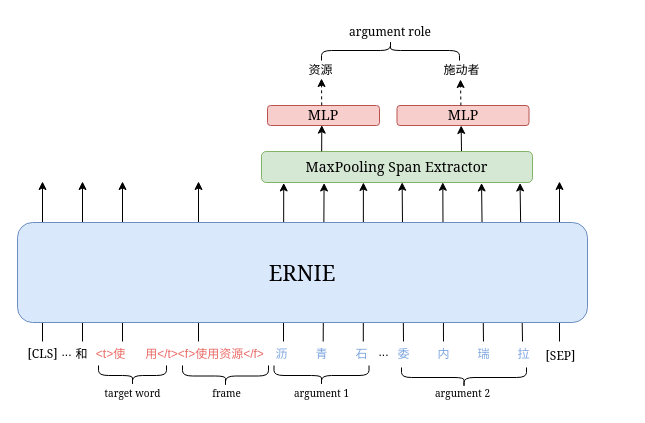
Earlier version of the draw.io diagram 子任务3.drawio (cocoWang0518/12345). Source tidied: cells renumbered, new cells numbered last; positions are measured from the earlier drawing's top-left corner, leaving out a move shared by most shapes. Both pictures are drawn from the tidied source at 100%, with x=0, y=0 at pixel (17, 17).
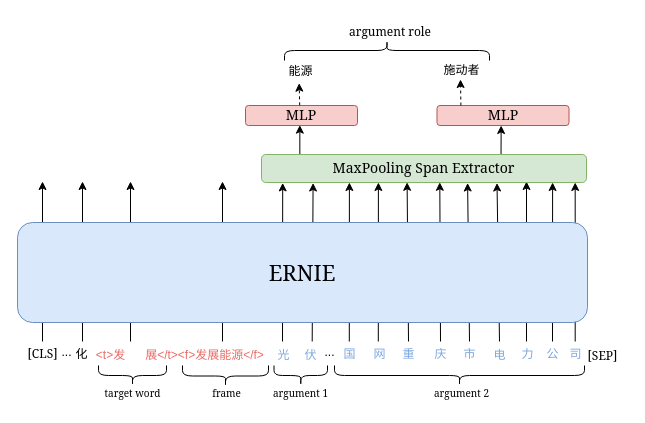
Above is the later version.

Commit message:
更新子任务3.drawio

What changed in the source:
```diff
@@
-    <mxCell id="2" style="endArrow=classic;html=1;rounded=0;entryX=0.519;entryY=0.993;entryDx=0;entryDy=0;entryPerimeter=0;" parent="1" edge="1" target="38">
+    <mxCell id="2" style="endArrow=classic;html=1;rounded=0;entryX=0.519;entryY=0.993;entryDx=0;entryDy=0;entryPerimeter=0;" parent="1" edge="1">
       <mxGeometry relative="1" as="geometry">
-        <mxPoint x="386" y="324" as="sourcePoint" />
+        <mxPoint x="391" y="324" as="sourcePoint" />
+        <mxPoint x="389.6" y="164.8" as="targetPoint" />
       </mxGeometry>
     </mxCell>
-    <mxCell id="3" style="endArrow=classic;html=1;rounded=0;entryX=0.376;entryY=1;entryDx=0;entryDy=0;entryPerimeter=0;" parent="1" edge="1" target="38">
+    <mxCell id="3" style="endArrow=classic;html=1;rounded=0;entryX=0.376;entryY=1;entryDx=0;entryDy=0;entryPerimeter=0;" parent="1" edge="1">
       <mxGeometry relative="1" as="geometry">
-        <mxPoint x="345.8" y="324" as="sourcePoint" />
+        <mxPoint x="331.8" y="324" as="sourcePoint" />
+        <mxPoint x="331.9" y="165" as="targetPoint" />
       </mxGeometry>
     </mxCell>
-    <mxCell id="4" style="endArrow=classic;html=1;rounded=0;entryX=0.082;entryY=1.014;entryDx=0;entryDy=0;entryPerimeter=0;" parent="1" edge="1" target="38">
+    <mxCell id="4" style="endArrow=classic;html=1;rounded=0;entryX=0.082;entryY=1.014;entryDx=0;entryDy=0;entryPerimeter=0;" parent="1" edge="1">
       <mxGeometry relative="1" as="geometry">
-        <mxPoint x="266" y="324" as="sourcePoint" />
+        <mxPoint x="265" y="324" as="sourcePoint" />
+        <mxPoint x="265.2" y="165.4" as="targetPoint" />
       </mxGeometry>
     </mxCell>
-    <mxCell id="5" style="endArrow=classic;html=1;rounded=0;entryX=0.231;entryY=1.016;entryDx=0;entryDy=0;entryPerimeter=0;" parent="1" edge="1" target="38">
+    <mxCell id="5" style="endArrow=classic;html=1;rounded=0;entryX=0.231;entryY=1.016;entryDx=0;entryDy=0;entryPerimeter=0;" parent="1" edge="1">
       <mxGeometry relative="1" as="geometry">
-        <mxPoint x="305.7" y="324" as="sourcePoint" />
+        <mxPoint x="294.7" y="324" as="sourcePoint" />
+        <mxPoint x="295.6" y="165.5" as="targetPoint" />
       </mxGeometry>
     </mxCell>
-    <mxCell id="6" style="endArrow=classic;html=1;rounded=0;entryX=0.669;entryY=0.993;entryDx=0;entryDy=0;entryPerimeter=0;" parent="1" edge="1" target="38">
+    <mxCell id="6" style="endArrow=classic;html=1;rounded=0;entryX=0.669;entryY=0.993;entryDx=0;entryDy=0;entryPerimeter=0;" parent="1" edge="1">
       <mxGeometry relative="1" as="geometry">
-        <mxPoint x="426" y="324" as="sourcePoint" />
+        <mxPoint x="423" y="324" as="sourcePoint" />
+        <mxPoint x="422.3" y="164.8" as="targetPoint" />
       </mxGeometry>
     </mxCell>
@@
-    <mxCell id="8" value="&lt;font color=&quot;#ea6b66&quot; face=&quot;宋体-简&quot;&gt;&amp;lt;t&amp;gt;使&lt;/font&gt;" style="text;html=1;align=center;verticalAlign=middle;strokeColor=none;fillColor=none;" parent="1" vertex="1">
-      <mxGeometry x="63" y="322" width="60" height="30" as="geometry" />
+    <mxCell id="8" value="&lt;font color=&quot;#ea6b66&quot; face=&quot;宋体-简&quot;&gt;&amp;lt;t&amp;gt;发&lt;/font&gt;" style="text;html=1;align=center;verticalAlign=middle;strokeColor=none;fillColor=none;" parent="1" vertex="1">
+      <mxGeometry x="67" y="324" width="52" height="27" as="geometry" />
     </mxCell>
-    <mxCell id="9" value="&lt;font color=&quot;#ea6b66&quot; face=&quot;宋体-简&quot;&gt;用&amp;lt;/t&amp;gt;&amp;lt;f&amp;gt;&lt;/font&gt;&lt;font face=&quot;楷体-简&quot; color=&quot;#ea6b66&quot;&gt;使用资源&lt;/font&gt;&lt;font color=&quot;#ea6b66&quot; face=&quot;宋体-简&quot;&gt;&amp;lt;/f&amp;gt;&lt;/font&gt;" style="text;html=1;align=center;verticalAlign=middle;strokeColor=none;fillColor=none;" parent="1" vertex="1">
-      <mxGeometry x="112" y="324" width="150" height="26" as="geometry" />
+    <mxCell id="9" value="&lt;font color=&quot;#ea6b66&quot; face=&quot;宋体-简&quot;&gt;展&amp;lt;/t&amp;gt;&amp;lt;f&amp;gt;发展能&lt;/font&gt;&lt;font face=&quot;楷体-简&quot; color=&quot;#ea6b66&quot;&gt;源&lt;/font&gt;&lt;font color=&quot;#ea6b66&quot; face=&quot;宋体-简&quot;&gt;&amp;lt;/f&amp;gt;&lt;/font&gt;" style="text;html=1;align=center;verticalAlign=middle;strokeColor=none;fillColor=none;" parent="1" vertex="1">
+      <mxGeometry x="110" y="324" width="154" height="27" as="geometry" />
     </mxCell>
@@
-    <mxCell id="11" value="&lt;font color=&quot;#7ea6e0&quot;&gt;沥&lt;/font&gt;" style="text;html=1;align=center;verticalAlign=middle;strokeColor=none;fillColor=none;fontFamily=宋体-简;" parent="1" vertex="1">
-      <mxGeometry x="249" y="324" width="30" height="26" as="geometry" />
+    <mxCell id="11" value="&lt;font color=&quot;#7ea6e0&quot;&gt;光&lt;/font&gt;" style="text;html=1;align=center;verticalAlign=middle;strokeColor=none;fillColor=none;fontFamily=宋体-简;" parent="1" vertex="1">
+      <mxGeometry x="251" y="325" width="30" height="26" as="geometry" />
     </mxCell>
-    <mxCell id="12" value="&lt;font color=&quot;#7ea6e0&quot;&gt;青&lt;/font&gt;" style="text;html=1;align=center;verticalAlign=middle;strokeColor=none;fillColor=none;fontFamily=宋体-简;" parent="1" vertex="1">
-      <mxGeometry x="289" y="324" width="30" height="26" as="geometry" />
+    <mxCell id="12" value="&lt;font color=&quot;#7ea6e0&quot;&gt;伏&lt;/font&gt;" style="text;html=1;align=center;verticalAlign=middle;strokeColor=none;fillColor=none;fontFamily=宋体-简;" parent="1" vertex="1">
+      <mxGeometry x="278" y="325" width="30" height="26" as="geometry" />
     </mxCell>
-    <mxCell id="13" value="&lt;font color=&quot;#7ea6e0&quot;&gt;石&lt;/font&gt;" style="text;html=1;align=center;verticalAlign=middle;strokeColor=none;fillColor=none;fontFamily=宋体-简;" parent="1" vertex="1">
-      <mxGeometry x="329" y="324" width="30" height="26" as="geometry" />
-    </mxCell>
     <mxCell id="14" style="endArrow=classic;html=1;rounded=0;" parent="1" edge="1">
       <mxGeometry relative="1" as="geometry">
-        <mxPoint x="181" y="324" as="sourcePoint" />
-        <mxPoint x="181" y="164" as="targetPoint" />
+        <mxPoint x="205" y="324" as="sourcePoint" />
+        <mxPoint x="205" y="164" as="targetPoint" />
       </mxGeometry>
     </mxCell>
-    <mxCell id="15" value="和" style="text;html=1;align=center;verticalAlign=middle;strokeColor=none;fillColor=none;fontFamily=宋体-简;" parent="1" vertex="1">
-      <mxGeometry x="44" y="322" width="40" height="30" as="geometry" />
+    <mxCell id="15" value="化" style="text;html=1;align=center;verticalAlign=middle;strokeColor=none;fillColor=none;fontFamily=宋体-简;" parent="1" vertex="1">
+      <mxGeometry x="49" y="324" width="30" height="26" as="geometry" />
     </mxCell>
-    <mxCell id="16" style="endArrow=classic;html=1;rounded=0;entryX=0.812;entryY=1.016;entryDx=0;entryDy=0;entryPerimeter=0;" parent="1" edge="1" target="38">
+    <mxCell id="16" style="endArrow=classic;html=1;rounded=0;entryX=0.812;entryY=1.016;entryDx=0;entryDy=0;entryPerimeter=0;" parent="1" edge="1">
       <mxGeometry relative="1" as="geometry">
-        <mxPoint x="466" y="324" as="sourcePoint" />
+        <mxPoint x="452" y="324" as="sourcePoint" />
+        <mxPoint x="450.1" y="165.5" as="targetPoint" />
       </mxGeometry>
     </mxCell>
     <mxCell id="17" style="endArrow=classic;html=1;rounded=0;" parent="1" edge="1">
       <mxGeometry relative="1" as="geometry">
-        <mxPoint x="105" y="324" as="sourcePoint" />
-        <mxPoint x="105" y="164" as="targetPoint" />
+        <mxPoint x="113" y="324" as="sourcePoint" />
+        <mxPoint x="113" y="164" as="targetPoint" />
       </mxGeometry>
     </mxCell>
     <mxCell id="18" value="&lt;font face=&quot;Georgia&quot;&gt;[SEP]&lt;/font&gt;" style="text;html=1;align=center;verticalAlign=middle;strokeColor=none;fillColor=none;" parent="1" vertex="1">
-      <mxGeometry x="518" y="324" width="50" height="30" as="geometry" />
+      <mxGeometry x="560" y="324" width="50" height="30" as="geometry" />
     </mxCell>
     <mxCell id="19" value="..." style="text;html=1;align=center;verticalAlign=middle;strokeColor=none;fillColor=none;" parent="1" vertex="1">
-      <mxGeometry x="351.5" y="322" width="28" height="26" as="geometry" />
+      <mxGeometry x="297.5" y="322" width="28" height="26" as="geometry" />
     </mxCell>
@@
     <mxCell id="22" style="shape=curlyBracket;whiteSpace=wrap;html=1;rounded=1;flipH=1;labelPosition=right;verticalLabelPosition=middle;align=left;verticalAlign=middle;direction=north;" parent="1" vertex="1">
-      <mxGeometry x="256.5" y="348" width="95" height="20" as="geometry" />
+      <mxGeometry x="256.5" y="348" width="53.5" height="20" as="geometry" />
     </mxCell>
     <mxCell id="23" value="&lt;font style=&quot;font-size: 10px;&quot; face=&quot;Georgia&quot;&gt;argument 1&lt;/font&gt;" style="text;html=1;align=center;verticalAlign=middle;strokeColor=none;fillColor=none;" parent="1" vertex="1">
-      <mxGeometry x="270" y="363" width="68" height="26" as="geometry" />
+      <mxGeometry x="249.2" y="363" width="68" height="26" as="geometry" />
     </mxCell>
@@
     <mxCell id="26" value="&lt;font style=&quot;font-size: 14px;&quot; face=&quot;Georgia&quot;&gt;MLP&lt;/font&gt;" style="rounded=1;whiteSpace=wrap;html=1;fillColor=#f8cecc;strokeColor=#b85450;" parent="1" vertex="1">
-      <mxGeometry x="250" y="88" width="112" height="20" as="geometry" />
+      <mxGeometry x="228" y="88" width="112" height="20" as="geometry" />
     </mxCell>
-    <mxCell id="27" style="endArrow=classic;html=1;rounded=0;entryX=0.954;entryY=1.016;entryDx=0;entryDy=0;entryPerimeter=0;" parent="1" edge="1" target="38">
+    <mxCell id="27" style="endArrow=classic;html=1;rounded=0;entryX=0.954;entryY=1.016;entryDx=0;entryDy=0;entryPerimeter=0;" parent="1" edge="1">
       <mxGeometry relative="1" as="geometry">
-        <mxPoint x="505" y="324" as="sourcePoint" />
+        <mxPoint x="482" y="324" as="sourcePoint" />
+        <mxPoint x="479.5" y="165.5" as="targetPoint" />
       </mxGeometry>
     </mxCell>
     <mxCell id="28" style="endArrow=classic;html=1;rounded=0;" parent="1" edge="1">
       <mxGeometry relative="1" as="geometry">
-        <mxPoint x="542" y="324" as="sourcePoint" />
-        <mxPoint x="542" y="164" as="targetPoint" />
+        <mxPoint x="509" y="324" as="sourcePoint" />
+        <mxPoint x="509" y="164" as="targetPoint" />
       </mxGeometry>
     </mxCell>
-    <mxCell id="29" value="&lt;font color=&quot;#7ea6e0&quot;&gt;委&lt;/font&gt;" style="text;html=1;align=center;verticalAlign=middle;strokeColor=none;fillColor=none;fontFamily=宋体-简;" parent="1" vertex="1">
-      <mxGeometry x="371" y="324" width="30" height="26" as="geometry" />
+    <mxCell id="29" value="&lt;font color=&quot;#7ea6e0&quot;&gt;国&lt;/font&gt;" style="text;html=1;align=center;verticalAlign=middle;strokeColor=none;fillColor=none;fontFamily=宋体-简;" parent="1" vertex="1">
+      <mxGeometry x="317" y="324" width="30" height="26" as="geometry" />
     </mxCell>
-    <mxCell id="30" value="&lt;font color=&quot;#7ea6e0&quot;&gt;内&lt;/font&gt;" style="text;html=1;align=center;verticalAlign=middle;strokeColor=none;fillColor=none;fontFamily=宋体-简;" parent="1" vertex="1">
-      <mxGeometry x="411" y="324" width="30" height="26" as="geometry" />
+    <mxCell id="30" value="&lt;font color=&quot;#7ea6e0&quot;&gt;网&lt;/font&gt;" style="text;html=1;align=center;verticalAlign=middle;strokeColor=none;fillColor=none;fontFamily=宋体-简;" parent="1" vertex="1">
+      <mxGeometry x="347" y="324" width="30" height="26" as="geometry" />
     </mxCell>
-    <mxCell id="31" value="&lt;font color=&quot;#7ea6e0&quot;&gt;瑞&lt;/font&gt;" style="text;html=1;align=center;verticalAlign=middle;strokeColor=none;fillColor=none;fontFamily=宋体-简;" parent="1" vertex="1">
-      <mxGeometry x="451" y="324" width="30" height="26" as="geometry" />
+    <mxCell id="31" value="&lt;font color=&quot;#7ea6e0&quot;&gt;重&lt;/font&gt;" style="text;html=1;align=center;verticalAlign=middle;strokeColor=none;fillColor=none;fontFamily=宋体-简;" parent="1" vertex="1">
+      <mxGeometry x="376" y="324" width="30" height="26" as="geometry" />
     </mxCell>
-    <mxCell id="32" value="&lt;font color=&quot;#7ea6e0&quot;&gt;拉&lt;/font&gt;" style="text;html=1;align=center;verticalAlign=middle;strokeColor=none;fillColor=none;fontFamily=宋体-简;" parent="1" vertex="1">
-      <mxGeometry x="491" y="324" width="30" height="26" as="geometry" />
+    <mxCell id="32" value="&lt;font color=&quot;#7ea6e0&quot;&gt;庆&lt;/font&gt;" style="text;html=1;align=center;verticalAlign=middle;strokeColor=none;fillColor=none;fontFamily=宋体-简;" parent="1" vertex="1">
+      <mxGeometry x="408" y="324" width="30" height="26" as="geometry" />
     </mxCell>
     <mxCell id="33" style="shape=curlyBracket;whiteSpace=wrap;html=1;rounded=1;flipH=1;labelPosition=right;verticalLabelPosition=middle;align=left;verticalAlign=middle;direction=north;" parent="1" vertex="1">
-      <mxGeometry x="384" y="350" width="125" height="20" as="geometry" />
+      <mxGeometry x="317" y="348" width="250" height="20" as="geometry" />
     </mxCell>
     <mxCell id="34" value="&lt;font style=&quot;font-size: 10px;&quot; face=&quot;Georgia&quot;&gt;argument 2&lt;/font&gt;" style="text;html=1;align=center;verticalAlign=middle;strokeColor=none;fillColor=none;" parent="1" vertex="1">
-      <mxGeometry x="410" y="363" width="69" height="26" as="geometry" />
+      <mxGeometry x="409" y="363" width="69" height="26" as="geometry" />
     </mxCell>
-    <mxCell id="35" value="&lt;font style=&quot;font-size: 22px;&quot; face=&quot;Georgia&quot;&gt;ERNIE&lt;/font&gt;" style="rounded=1;whiteSpace=wrap;html=1;fillColor=#dae8fc;strokeColor=#6c8ebf;" parent="1" vertex="1">
-      <mxGeometry y="205" width="570" height="100" as="geometry" />
-    </mxCell>
@@
-    <mxCell id="38" value="&lt;font style=&quot;font-size: 14px;&quot; face=&quot;Georgia&quot;&gt;MaxPooling Span Extractor&lt;/font&gt;" style="rounded=1;whiteSpace=wrap;html=1;fillColor=#d5e8d4;strokeColor=#82b366;" parent="1" vertex="1">
-      <mxGeometry x="244" y="134" width="271" height="31" as="geometry" />
-    </mxCell>
     <mxCell id="39" value="&lt;font style=&quot;font-size: 14px;&quot; face=&quot;Georgia&quot;&gt;MLP&lt;/font&gt;" style="rounded=1;whiteSpace=wrap;html=1;fillColor=#f8cecc;strokeColor=#b85450;" parent="1" vertex="1">
-      <mxGeometry x="379.5" y="88" width="132" height="20" as="geometry" />
+      <mxGeometry x="419.5" y="88" width="132" height="20" as="geometry" />
     </mxCell>
-    <mxCell id="40" style="endArrow=classic;html=1;rounded=0;entryX=0.485;entryY=0.983;entryDx=0;entryDy=0;entryPerimeter=0;exitX=0.222;exitY=-0.005;exitDx=0;exitDy=0;exitPerimeter=0;" parent="1" edge="1" source="38" target="26">
+    <mxCell id="40" style="endArrow=classic;html=1;rounded=0;entryX=0.485;entryY=0.983;entryDx=0;entryDy=0;entryPerimeter=0;exitX=0.118;exitY=0.119;exitDx=0;exitDy=0;exitPerimeter=0;" parent="1" edge="1" source="38" target="26">
       <mxGeometry relative="1" as="geometry" />
     </mxCell>
-    <mxCell id="41" style="endArrow=classic;html=1;rounded=0;exitX=0.738;exitY=-0.014;exitDx=0;exitDy=0;exitPerimeter=0;entryX=0.486;entryY=1;entryDx=0;entryDy=0;entryPerimeter=0;" parent="1" edge="1" source="38" target="39">
+    <mxCell id="41" style="endArrow=classic;html=1;rounded=0;exitX=0.737;exitY=0.071;exitDx=0;exitDy=0;entryX=0.486;entryY=1;entryDx=0;entryDy=0;entryPerimeter=0;exitPerimeter=0;" parent="1" edge="1" source="38" target="39">
       <mxGeometry relative="1" as="geometry" />
     </mxCell>
-    <mxCell id="42" value="&lt;font face=&quot;楷体-简&quot;&gt;资源&lt;/font&gt;" style="text;html=1;align=center;verticalAlign=middle;points=[];strokeColor=none;fillColor=none;" parent="1" vertex="1">
-      <mxGeometry x="278" y="38" width="50" height="30" as="geometry" />
+    <mxCell id="42" value="&lt;font face=&quot;楷体-简&quot;&gt;能源&lt;/font&gt;" style="text;html=1;align=center;verticalAlign=middle;points=[];strokeColor=none;fillColor=none;" parent="1" vertex="1">
+      <mxGeometry x="262" y="40" width="42" height="27" as="geometry" />
     </mxCell>
@@
-    <mxCell id="44" style="endArrow=classic;html=1;rounded=0;exitX=0.484;exitY=-0.008;exitDx=0;exitDy=0;exitPerimeter=0;dashed=1;" parent="1" edge="1" source="26">
-      <mxGeometry relative="1" as="geometry">
-        <mxPoint x="304" y="61" as="targetPoint" />
-      </mxGeometry>
+    <mxCell id="44" style="endArrow=classic;html=1;rounded=0;exitX=0.484;exitY=-0.008;exitDx=0;exitDy=0;exitPerimeter=0;dashed=1;entryX=0.468;entryY=0.951;entryDx=0;entryDy=0;entryPerimeter=0;" parent="1" edge="1" source="26" target="42">
+      <mxGeometry relative="1" as="geometry" />
     </mxCell>
@@
     <mxCell id="47" style="shape=curlyBracket;whiteSpace=wrap;html=1;rounded=1;flipH=1;labelPosition=right;verticalLabelPosition=middle;align=left;verticalAlign=middle;direction=south;" parent="1" vertex="1">
-      <mxGeometry x="304" y="23" width="138" height="20" as="geometry" />
+      <mxGeometry x="267" y="23" width="205" height="20" as="geometry" />
     </mxCell>
+    <mxCell id="48" value="&lt;font color=&quot;#7ea6e0&quot;&gt;市&lt;/font&gt;" style="text;html=1;align=center;verticalAlign=middle;strokeColor=none;fillColor=none;fontFamily=宋体-简;" parent="1" vertex="1">
+      <mxGeometry x="437" y="323.5" width="30" height="26" as="geometry" />
+    </mxCell>
+    <mxCell id="49" value="&lt;font color=&quot;#7ea6e0&quot;&gt;电&lt;/font&gt;" style="text;html=1;align=center;verticalAlign=middle;strokeColor=none;fillColor=none;fontFamily=宋体-简;" parent="1" vertex="1">
+      <mxGeometry x="467" y="324.5" width="30" height="26" as="geometry" />
+    </mxCell>
+    <mxCell id="50" value="&lt;font color=&quot;#7ea6e0&quot;&gt;力&lt;/font&gt;" style="text;html=1;align=center;verticalAlign=middle;strokeColor=none;fillColor=none;fontFamily=宋体-简;" parent="1" vertex="1">
+      <mxGeometry x="495" y="324" width="30" height="26" as="geometry" />
+    </mxCell>
+    <mxCell id="51" value="&lt;font color=&quot;#7ea6e0&quot;&gt;公&lt;/font&gt;" style="text;html=1;align=center;verticalAlign=middle;strokeColor=none;fillColor=none;fontFamily=宋体-简;" parent="1" vertex="1">
+      <mxGeometry x="520" y="324" width="30" height="26" as="geometry" />
+    </mxCell>
+    <mxCell id="52" value="&lt;font color=&quot;#7ea6e0&quot;&gt;司&lt;/font&gt;" style="text;html=1;align=center;verticalAlign=middle;strokeColor=none;fillColor=none;fontFamily=宋体-简;" parent="1" vertex="1">
+      <mxGeometry x="543" y="324" width="30" height="26" as="geometry" />
+    </mxCell>
+    <mxCell id="53" style="endArrow=classic;html=1;rounded=0;entryX=0.376;entryY=1;entryDx=0;entryDy=0;entryPerimeter=0;" parent="1" edge="1">
+      <mxGeometry relative="1" as="geometry">
+        <mxPoint x="360.8" y="324" as="sourcePoint" />
+        <mxPoint x="360.9" y="165" as="targetPoint" />
+      </mxGeometry>
+    </mxCell>
+    <mxCell id="54" style="endArrow=classic;html=1;rounded=0;entryX=0.376;entryY=1;entryDx=0;entryDy=0;entryPerimeter=0;" parent="1" edge="1">
+      <mxGeometry relative="1" as="geometry">
+        <mxPoint x="535" y="324" as="sourcePoint" />
+        <mxPoint x="535.1" y="165" as="targetPoint" />
+      </mxGeometry>
+    </mxCell>
+    <mxCell id="55" style="endArrow=classic;html=1;rounded=0;entryX=0.376;entryY=1;entryDx=0;entryDy=0;entryPerimeter=0;" parent="1" edge="1">
+      <mxGeometry relative="1" as="geometry">
+        <mxPoint x="557.7" y="324" as="sourcePoint" />
+        <mxPoint x="557.7" y="165" as="targetPoint" />
+      </mxGeometry>
+    </mxCell>
+    <mxCell id="35" value="&lt;font style=&quot;font-size: 22px;&quot; face=&quot;Georgia&quot;&gt;ERNIE&lt;/font&gt;" style="rounded=1;whiteSpace=wrap;html=1;fillColor=#dae8fc;strokeColor=#6c8ebf;" parent="1" vertex="1">
+      <mxGeometry y="205" width="570" height="100" as="geometry" />
+    </mxCell>
+    <mxCell id="38" value="&lt;font style=&quot;font-size: 14px;&quot; face=&quot;Georgia&quot;&gt;MaxPooling Span Extractor&lt;/font&gt;" style="rounded=1;whiteSpace=wrap;html=1;fillColor=#d5e8d4;strokeColor=#82b366;" parent="1" vertex="1">
+      <mxGeometry x="244" y="137" width="325" height="28" as="geometry" />
+    </mxCell>
```
